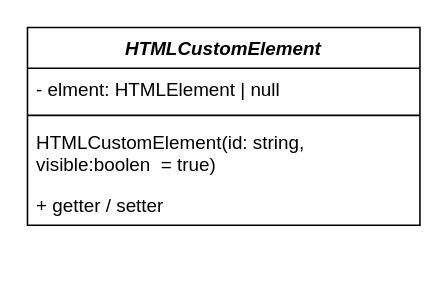
This is docs/issue/121-diagram.drawio from elma1989/el-pollo-loco, a draw.io file, before an edit. Source tidied: cells renumbered, new cells numbered last; positions are measured from the earlier drawing's top-left corner, leaving out a move shared by most shapes. Both pictures are drawn from the tidied source at 157%, with x=0, y=0 at pixel (27, 27).
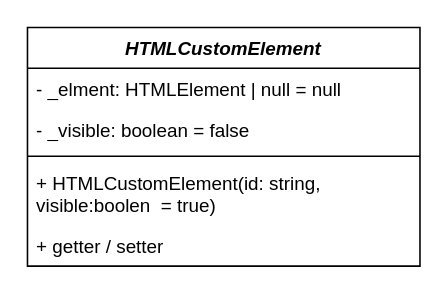
Above is the later version.

Commit message (it also covers changes not shown here):
doc: Updated classes.drawio - Updated HTMLCustomElement to current state

What changed in the source:
```diff
@@
 <mxGraphModel>
   <root>
     <mxCell id="0" />
     <mxCell id="1" parent="0" />
     <mxCell id="2" value="HTMLCustomElement" style="swimlane;fontStyle=3;align=center;verticalAlign=top;horizontal=1;startSize=26;whiteSpace=wrap;html=1;" parent="1" vertex="1">
-      <mxGeometry width="250" height="126" as="geometry" />
+      <mxGeometry width="250" height="152" as="geometry" />
     </mxCell>
-    <mxCell id="3" value="- elment: HTMLElement | null" style="text;strokeColor=none;fillColor=none;align=left;verticalAlign=top;spacingLeft=4;spacingRight=4;overflow=hidden;whiteSpace=wrap;html=1;" parent="2" vertex="1">
+    <mxCell id="3" value="- _elment: HTMLElement | null = null" style="text;strokeColor=none;fillColor=none;align=left;verticalAlign=top;spacingLeft=4;spacingRight=4;overflow=hidden;whiteSpace=wrap;html=1;" parent="2" vertex="1">
       <mxGeometry y="26" width="250" height="26" as="geometry" />
     </mxCell>
+    <mxCell id="7" value="- _visible: boolean = false" style="text;strokeColor=none;fillColor=none;align=left;verticalAlign=top;spacingLeft=4;spacingRight=4;overflow=hidden;whiteSpace=wrap;html=1;" parent="2" vertex="1">
+      <mxGeometry y="52" width="250" height="26" as="geometry" />
+    </mxCell>
     <mxCell id="4" style="line;strokeWidth=1;fillColor=none;align=left;verticalAlign=middle;spacingTop=-1;spacingLeft=3;spacingRight=3;labelPosition=right;strokeColor=inherit;" parent="2" vertex="1">
-      <mxGeometry y="52" width="250" height="8" as="geometry" />
+      <mxGeometry y="78" width="250" height="8" as="geometry" />
     </mxCell>
-    <mxCell id="5" value="HTMLCustomElement(id: string, visible:boolen&amp;nbsp; = true)" style="text;strokeColor=none;fillColor=none;align=left;verticalAlign=top;spacingLeft=4;spacingRight=4;overflow=hidden;whiteSpace=wrap;html=1;" parent="2" vertex="1">
-      <mxGeometry y="60" width="250" height="40" as="geometry" />
+    <mxCell id="5" value="+ HTMLCustomElement(id: string, visible:boolen&amp;nbsp; = true)" style="text;strokeColor=none;fillColor=none;align=left;verticalAlign=top;spacingLeft=4;spacingRight=4;overflow=hidden;whiteSpace=wrap;html=1;" parent="2" vertex="1">
+      <mxGeometry y="86" width="250" height="40" as="geometry" />
     </mxCell>
     <mxCell id="6" value="+ getter / setter" style="text;strokeColor=none;fillColor=none;align=left;verticalAlign=top;spacingLeft=4;spacingRight=4;overflow=hidden;whiteSpace=wrap;html=1;" parent="2" vertex="1">
-      <mxGeometry y="100" width="250" height="26" as="geometry" />
+      <mxGeometry y="126" width="250" height="26" as="geometry" />
     </mxCell>
   </root>
 </mxGraphModel>
```
